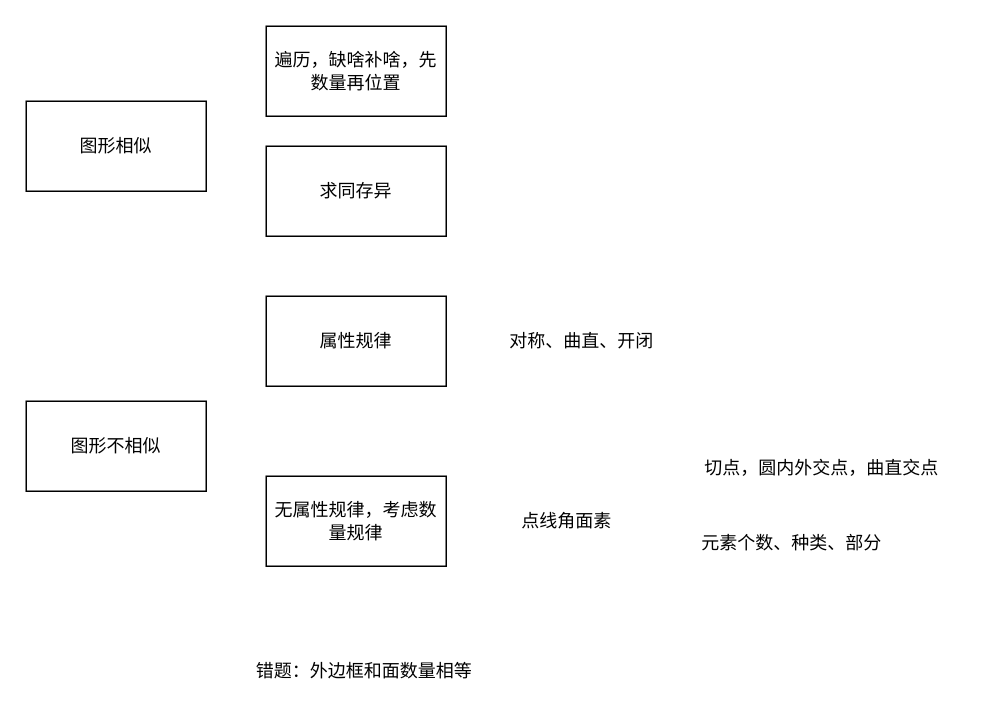
Above: 判断.drawio in cguank/gong (draw.io), before the change. Source tidied: cells renumbered, new cells numbered last; positions are measured from the earlier drawing's top-left corner, leaving out a move shared by most shapes. Both pictures are drawn from the tidied source at 150%, with x=0, y=0 at pixel (26, 26).
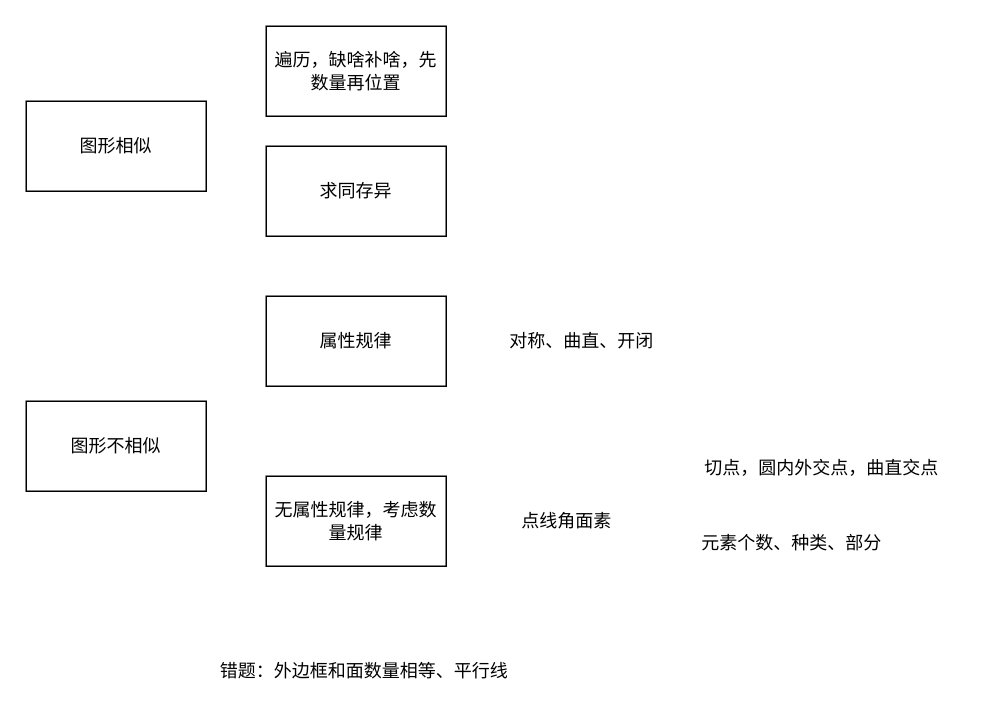
Above is the later version.

What changed in the source:
```diff
@@
 <mxGraphModel>
   <root>
     <mxCell id="0" />
     <mxCell id="1" parent="0" />
     <mxCell id="2" value="图形相似" style="whiteSpace=wrap;html=1;" parent="1" vertex="1">
       <mxGeometry y="50" width="120" height="60" as="geometry" />
     </mxCell>
     <mxCell id="3" value="遍历，缺啥补啥，先数量再位置" style="whiteSpace=wrap;html=1;" parent="1" vertex="1">
       <mxGeometry x="160" width="120" height="60" as="geometry" />
     </mxCell>
     <mxCell id="4" value="求同存异" style="whiteSpace=wrap;html=1;" parent="1" vertex="1">
       <mxGeometry x="160" y="80" width="120" height="60" as="geometry" />
     </mxCell>
     <mxCell id="5" value="图形不相似" style="whiteSpace=wrap;html=1;" parent="1" vertex="1">
       <mxGeometry y="250" width="120" height="60" as="geometry" />
     </mxCell>
     <mxCell id="6" value="属性规律" style="whiteSpace=wrap;html=1;" parent="1" vertex="1">
       <mxGeometry x="160" y="180" width="120" height="60" as="geometry" />
     </mxCell>
     <mxCell id="7" value="对称、曲直、开闭" style="text;html=1;align=center;verticalAlign=middle;strokeColor=none;fillColor=none;" parent="1" vertex="1">
       <mxGeometry x="310" y="195" width="120" height="30" as="geometry" />
     </mxCell>
     <mxCell id="8" value="无属性规律，考虑数量规律" style="whiteSpace=wrap;html=1;" parent="1" vertex="1">
       <mxGeometry x="160" y="300" width="120" height="60" as="geometry" />
     </mxCell>
     <mxCell id="9" value="点线角面素" style="text;html=1;align=center;verticalAlign=middle;strokeColor=none;fillColor=none;" parent="1" vertex="1">
       <mxGeometry x="320" y="315" width="80" height="30" as="geometry" />
     </mxCell>
     <mxCell id="10" value="切点，圆内外交点，曲直交点" style="text;html=1;align=center;verticalAlign=middle;strokeColor=none;fillColor=none;" parent="1" vertex="1">
       <mxGeometry x="440" y="280" width="180" height="30" as="geometry" />
     </mxCell>
     <mxCell id="11" value="元素个数、种类、部分" style="text;html=1;align=center;verticalAlign=middle;strokeColor=none;fillColor=none;" parent="1" vertex="1">
       <mxGeometry x="440" y="330" width="140" height="30" as="geometry" />
     </mxCell>
-    <mxCell id="12" value="错题：外边框和面数量相等" style="text;html=1;align=center;verticalAlign=middle;strokeColor=none;fillColor=none;" parent="1" vertex="1">
-      <mxGeometry x="140" y="415" width="170" height="30" as="geometry" />
+    <mxCell id="12" value="错题：外边框和面数量相等、平行线" style="text;html=1;align=center;verticalAlign=middle;strokeColor=none;fillColor=none;" parent="1" vertex="1">
+      <mxGeometry x="115" y="415" width="220" height="30" as="geometry" />
     </mxCell>
   </root>
 </mxGraphModel>
```
